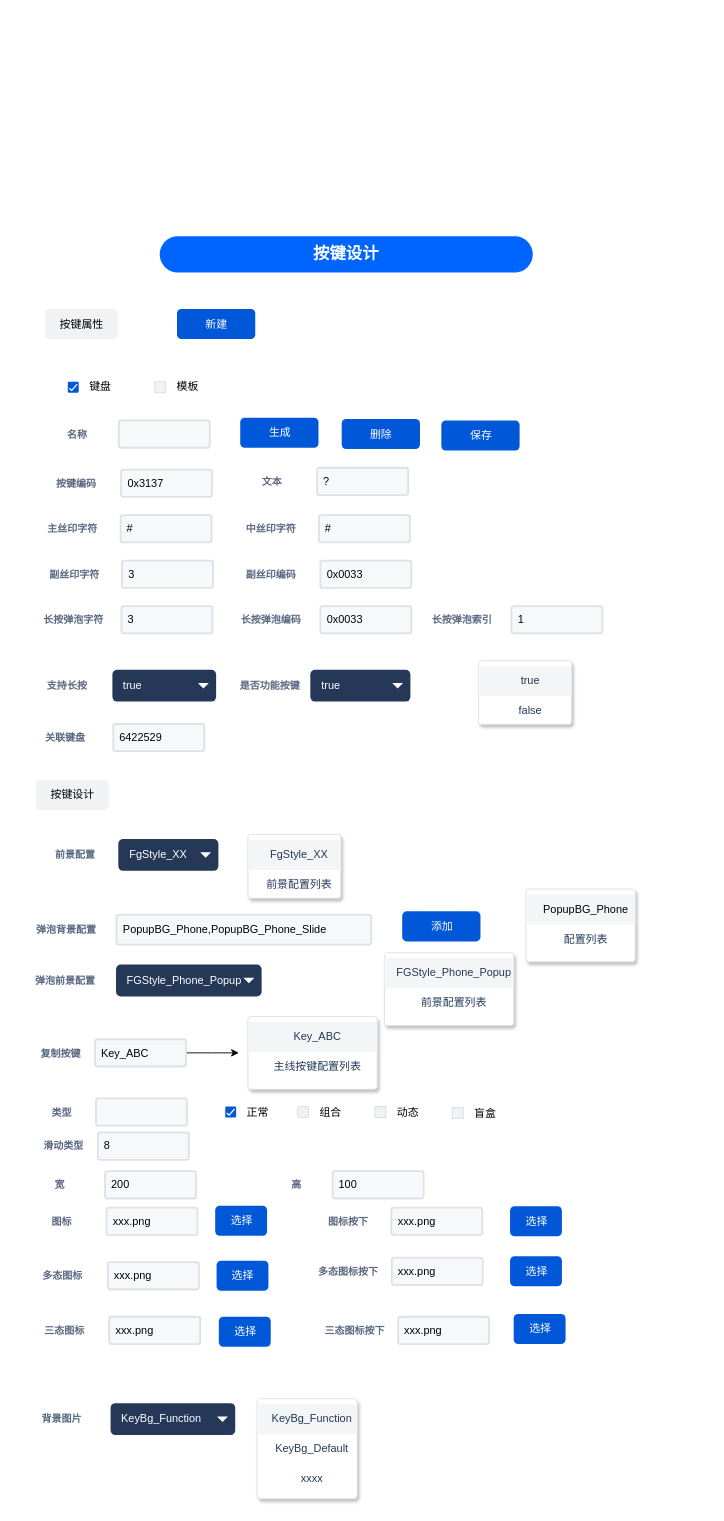
Before: layout-editor/按键设置.drawio in chonglv/charts, a draw.io diagram. Source tidied: cells renumbered, new cells numbered last; positions are measured from the earlier drawing's top-left corner, leaving out a move shared by most shapes. Both pictures are drawn from the tidied source at 91%, with x=0, y=0 at pixel (32, 236).
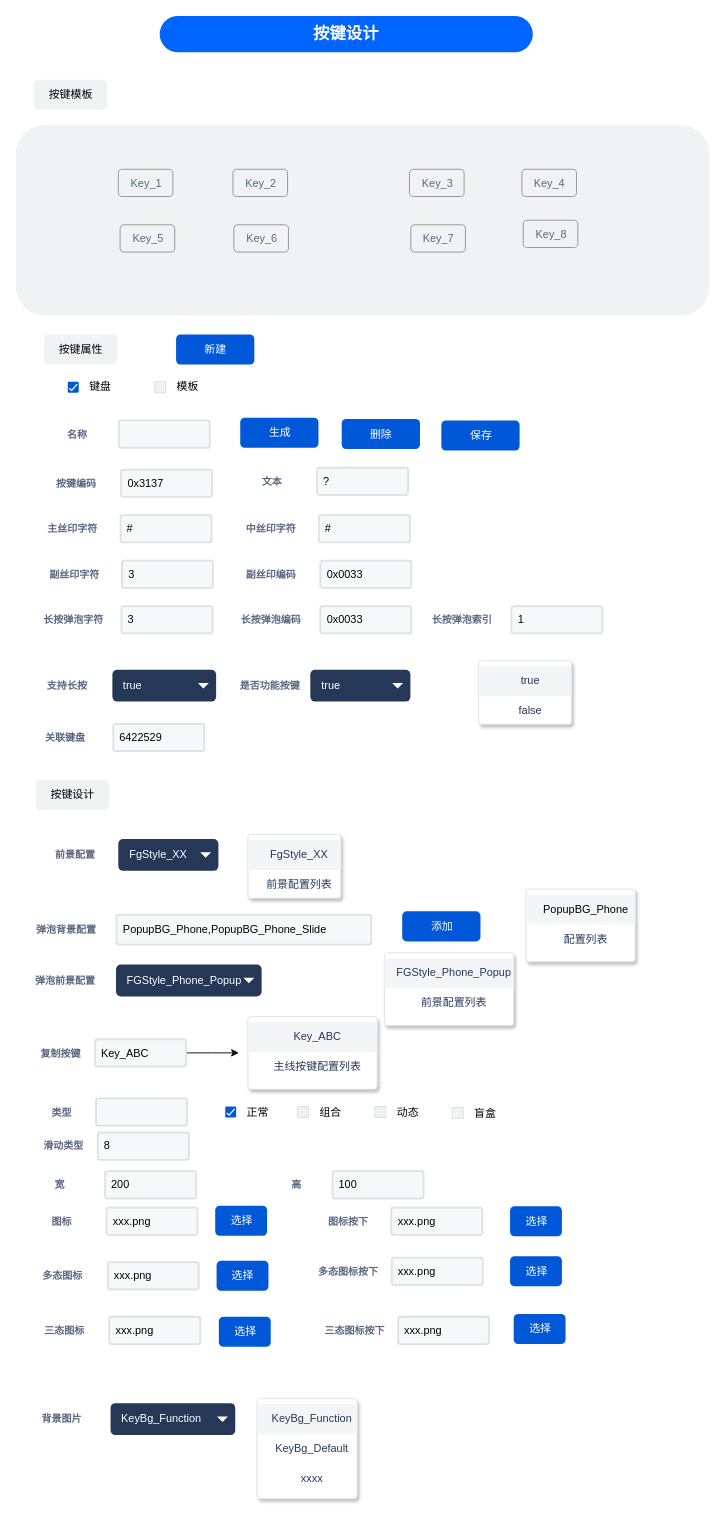
The same page after the edit.

Commit message (it also covers changes not shown here):
更新按键设置.drawio

What changed in the source:
```diff
@@
     <mxCell id="2" value="按键设计" style="rounded=1;fillColor=#0065FF;strokeColor=none;html=1;fontColor=#ffffff;align=center;verticalAlign=middle;whiteSpace=wrap;fontSize=18;fontStyle=1;arcSize=50;" parent="1" vertex="1">
-      <mxGeometry x="140" width="410" height="40" as="geometry" />
+      <mxGeometry x="140" y="-242" width="410" height="40" as="geometry" />
     </mxCell>
@@
     <mxCell id="90" value="&lt;span style=&quot;color: rgb(0 , 0 , 0)&quot;&gt;按键属性&lt;/span&gt;" style="rounded=1;align=center;fillColor=#F1F2F4;strokeColor=none;html=1;fontColor=#596780;fontSize=12;" parent="1" vertex="1">
-      <mxGeometry x="14" y="80" width="80" height="33" as="geometry" />
+      <mxGeometry x="13" y="108" width="80" height="33" as="geometry" />
     </mxCell>
@@
     <mxCell id="102" value="新建" style="rounded=1;fillColor=#0057D8;align=center;strokeColor=none;html=1;fontColor=#ffffff;fontSize=12;" parent="1" vertex="1">
-      <mxGeometry x="159" y="80" width="86" height="33" as="geometry" />
+      <mxGeometry x="158" y="108" width="86" height="33" as="geometry" />
     </mxCell>
+    <mxCell id="103" style="rounded=1;align=center;fillColor=#F1F2F4;strokeColor=none;html=1;fontColor=#596780;fontSize=12;" parent="1" vertex="1">
+      <mxGeometry x="-18" y="-122" width="762" height="209" as="geometry" />
+    </mxCell>
+    <mxCell id="104" value="Key_5" style="rounded=1;align=center;fillColor=#F1F2F4;strokeColor=#919191;html=1;fontColor=#596780;fontSize=12;" parent="1" vertex="1">
+      <mxGeometry x="96.5" y="-12.5" width="60" height="30" as="geometry" />
+    </mxCell>
+    <mxCell id="105" value="Key_6" style="rounded=1;align=center;fillColor=#F1F2F4;strokeColor=#919191;html=1;fontColor=#596780;fontSize=12;" parent="1" vertex="1">
+      <mxGeometry x="221.5" y="-12.5" width="60" height="30" as="geometry" />
+    </mxCell>
+    <mxCell id="106" value="Key_7" style="rounded=1;align=center;fillColor=#F1F2F4;strokeColor=#919191;html=1;fontColor=#596780;fontSize=12;" parent="1" vertex="1">
+      <mxGeometry x="416" y="-12.5" width="60" height="30" as="geometry" />
+    </mxCell>
+    <mxCell id="107" value="Key_8" style="rounded=1;align=center;fillColor=#F1F2F4;strokeColor=#919191;html=1;fontColor=#596780;fontSize=12;" parent="1" vertex="1">
+      <mxGeometry x="539.5" y="-17.5" width="60" height="30" as="geometry" />
+    </mxCell>
+    <mxCell id="108" value="Key_1" style="rounded=1;align=center;fillColor=#F1F2F4;strokeColor=#919191;html=1;fontColor=#596780;fontSize=12;" parent="1" vertex="1">
+      <mxGeometry x="94.5" y="-73.5" width="60" height="30" as="geometry" />
+    </mxCell>
+    <mxCell id="109" value="Key_2" style="rounded=1;align=center;fillColor=#F1F2F4;strokeColor=#919191;html=1;fontColor=#596780;fontSize=12;" parent="1" vertex="1">
+      <mxGeometry x="220.5" y="-73.5" width="60" height="30" as="geometry" />
+    </mxCell>
+    <mxCell id="110" value="Key_3" style="rounded=1;align=center;fillColor=#F1F2F4;strokeColor=#919191;html=1;fontColor=#596780;fontSize=12;" parent="1" vertex="1">
+      <mxGeometry x="414.5" y="-73.5" width="60" height="30" as="geometry" />
+    </mxCell>
+    <mxCell id="111" value="Key_4" style="rounded=1;align=center;fillColor=#F1F2F4;strokeColor=#919191;html=1;fontColor=#596780;fontSize=12;" parent="1" vertex="1">
+      <mxGeometry x="538" y="-73.5" width="60" height="30" as="geometry" />
+    </mxCell>
+    <mxCell id="112" value="&lt;span style=&quot;color: rgb(0 , 0 , 0)&quot;&gt;按键模板&lt;/span&gt;" style="rounded=1;align=center;fillColor=#F1F2F4;strokeColor=none;html=1;fontColor=#596780;fontSize=12;" parent="1" vertex="1">
+      <mxGeometry x="2" y="-172" width="80" height="33" as="geometry" />
+    </mxCell>
```
